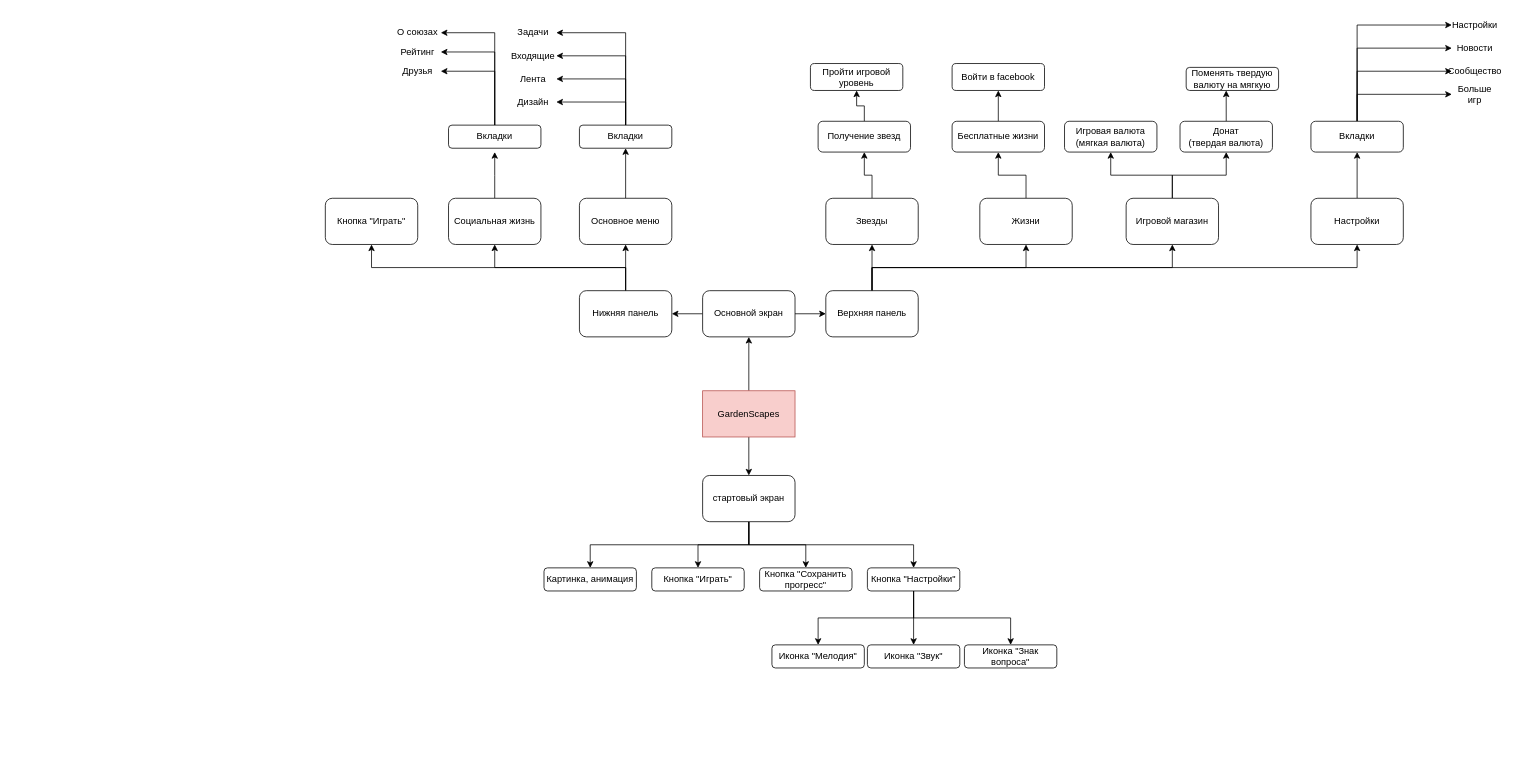
This is Hometask3/mind-map_for_Gardenscapes.drawio from NatPopstar/Otus, a draw.io file, before an edit. Source tidied: cells renumbered, new cells numbered last; positions are measured from the earlier drawing's top-left corner, leaving out a move shared by most shapes. Both pictures are drawn from the tidied source at 77%, with x=0, y=0 at pixel (325, 13).
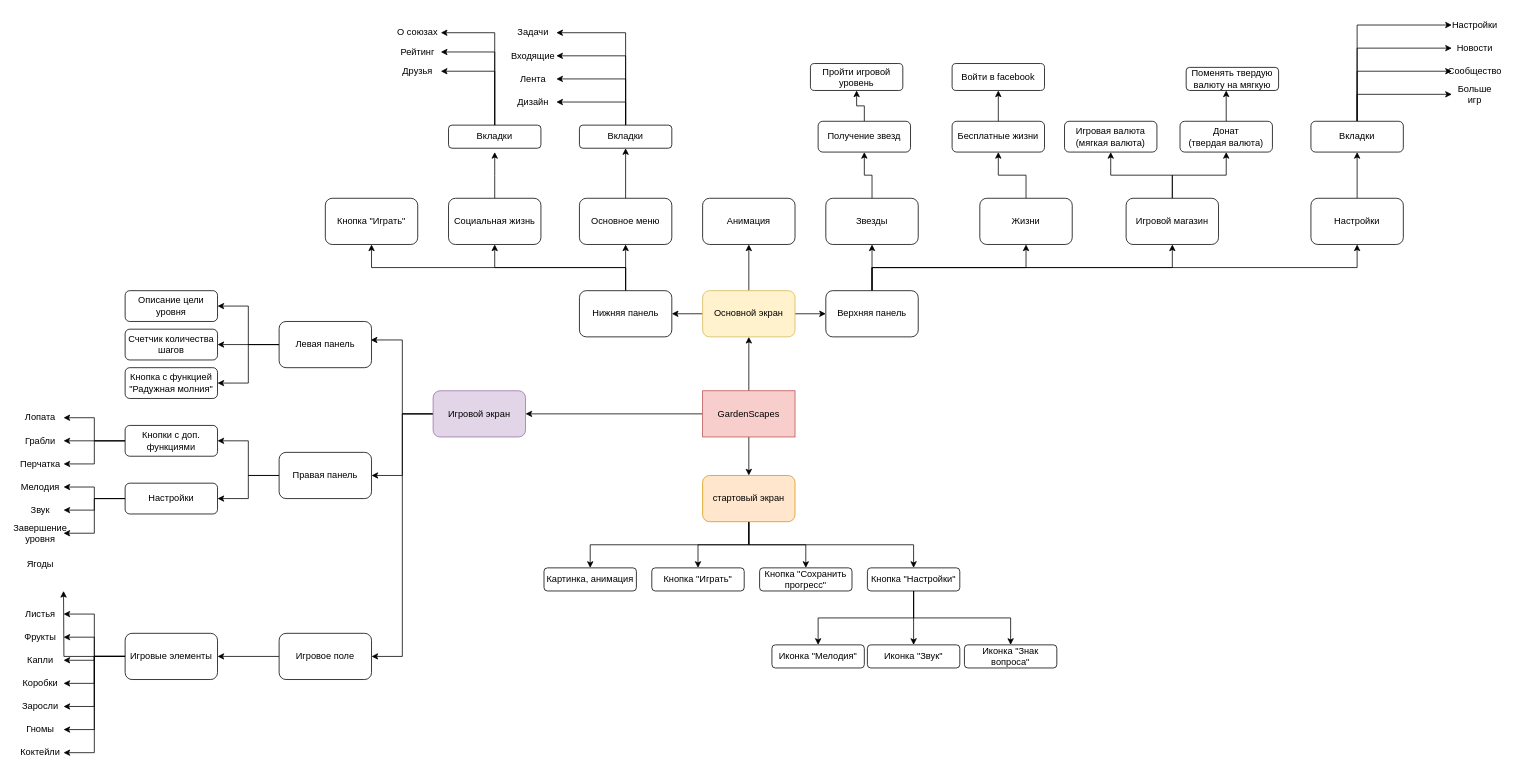
Above is the later version.

The change refers to these unchanged cells:
```xml
<mxCell id="4" value="GardenScapes" style="rounded=0;whiteSpace=wrap;html=1;fillColor=#f8cecc;strokeColor=#b85450;" parent="1" vertex="1">
  <mxGeometry x="490" y="490" width="120" height="60" as="geometry" />
</mxCell>
```

The edit, as a diff of the source:
```diff
@@
+    <mxCell id="81" style="edgeStyle=orthogonalEdgeStyle;rounded=0;jettySize=auto;html=1;exitX=0;exitY=0.5;exitDx=0;exitDy=0;entryX=1;entryY=0.5;entryDx=0;entryDy=0;" parent="1" edge="1" source="4" target="86">
+      <mxGeometry relative="1" as="geometry" />
+    </mxCell>
@@
-    <mxCell id="9" value="стартовый экран" style="rounded=1;whiteSpace=wrap;html=1;" parent="1" vertex="1">
+    <mxCell id="9" value="стартовый экран" style="rounded=1;whiteSpace=wrap;html=1;fillColor=#ffe6cc;strokeColor=#d79b00;" parent="1" vertex="1">
       <mxGeometry x="490" y="600" width="120" height="60" as="geometry" />
     </mxCell>
@@
+    <mxCell id="82" style="edgeStyle=orthogonalEdgeStyle;rounded=0;jettySize=auto;html=1;exitX=0.5;exitY=0;exitDx=0;exitDy=0;entryX=0.5;entryY=1;entryDx=0;entryDy=0;" parent="1" edge="1" source="22" target="130">
+      <mxGeometry relative="1" as="geometry" />
+    </mxCell>
-    <mxCell id="22" value="Основной экран" style="rounded=1;whiteSpace=wrap;html=1;" parent="1" vertex="1">
+    <mxCell id="22" value="Основной экран" style="rounded=1;whiteSpace=wrap;html=1;fillColor=#fff2cc;strokeColor=#d6b656;" parent="1" vertex="1">
       <mxGeometry x="490" y="360" width="120" height="60" as="geometry" />
     </mxCell>
@@
+    <mxCell id="83" style="edgeStyle=orthogonalEdgeStyle;rounded=0;jettySize=auto;html=1;exitX=0;exitY=0.5;exitDx=0;exitDy=0;entryX=0.992;entryY=0.4;entryDx=0;entryDy=0;entryPerimeter=0;" parent="1" edge="1" source="86" target="90">
+      <mxGeometry relative="1" as="geometry" />
+    </mxCell>
+    <mxCell id="84" style="edgeStyle=orthogonalEdgeStyle;rounded=0;jettySize=auto;html=1;exitX=0;exitY=0.5;exitDx=0;exitDy=0;entryX=1;entryY=0.5;entryDx=0;entryDy=0;" parent="1" edge="1" source="86" target="93">
+      <mxGeometry relative="1" as="geometry" />
+    </mxCell>
+    <mxCell id="85" style="edgeStyle=orthogonalEdgeStyle;rounded=0;jettySize=auto;html=1;exitX=0;exitY=0.5;exitDx=0;exitDy=0;entryX=1;entryY=0.5;entryDx=0;entryDy=0;" parent="1" edge="1" source="86" target="105">
+      <mxGeometry relative="1" as="geometry" />
+    </mxCell>
+    <mxCell id="86" value="Игровой экран" style="rounded=1;whiteSpace=wrap;html=1;fillColor=#e1d5e7;strokeColor=#9673a6;" parent="1" vertex="1">
+      <mxGeometry x="140" y="490" width="120" height="60" as="geometry" />
+    </mxCell>
+    <mxCell id="87" style="edgeStyle=orthogonalEdgeStyle;rounded=0;jettySize=auto;html=1;exitX=0;exitY=0.5;exitDx=0;exitDy=0;entryX=1;entryY=0.5;entryDx=0;entryDy=0;" parent="1" edge="1" source="90" target="94">
+      <mxGeometry relative="1" as="geometry" />
+    </mxCell>
+    <mxCell id="88" style="edgeStyle=orthogonalEdgeStyle;rounded=0;jettySize=auto;html=1;exitX=0;exitY=0.5;exitDx=0;exitDy=0;entryX=1;entryY=0.5;entryDx=0;entryDy=0;" parent="1" edge="1" source="90" target="95">
+      <mxGeometry relative="1" as="geometry" />
+    </mxCell>
+    <mxCell id="89" style="edgeStyle=orthogonalEdgeStyle;rounded=0;jettySize=auto;html=1;exitX=0;exitY=0.5;exitDx=0;exitDy=0;entryX=1;entryY=0.5;entryDx=0;entryDy=0;" parent="1" edge="1" source="90" target="96">
+      <mxGeometry relative="1" as="geometry" />
+    </mxCell>
+    <mxCell id="90" value="Левая панель" style="rounded=1;whiteSpace=wrap;html=1;" parent="1" vertex="1">
+      <mxGeometry x="-60" y="400" width="120" height="60" as="geometry" />
+    </mxCell>
+    <mxCell id="91" style="edgeStyle=orthogonalEdgeStyle;rounded=0;jettySize=auto;html=1;exitX=0;exitY=0.5;exitDx=0;exitDy=0;entryX=1;entryY=0.5;entryDx=0;entryDy=0;" parent="1" edge="1" source="93" target="100">
+      <mxGeometry relative="1" as="geometry" />
+    </mxCell>
+    <mxCell id="92" style="edgeStyle=orthogonalEdgeStyle;rounded=0;jettySize=auto;html=1;exitX=0;exitY=0.5;exitDx=0;exitDy=0;entryX=1;entryY=0.5;entryDx=0;entryDy=0;" parent="1" edge="1" source="93" target="126">
+      <mxGeometry relative="1" as="geometry" />
+    </mxCell>
+    <mxCell id="93" value="Правая панель" style="rounded=1;whiteSpace=wrap;html=1;" parent="1" vertex="1">
+      <mxGeometry x="-60" y="570" width="120" height="60" as="geometry" />
+    </mxCell>
+    <mxCell id="94" value="Описание цели уровня" style="rounded=1;whiteSpace=wrap;html=1;" parent="1" vertex="1">
+      <mxGeometry x="-260" y="360" width="120" height="40" as="geometry" />
+    </mxCell>
+    <mxCell id="95" value="Счетчик количества шагов" style="rounded=1;whiteSpace=wrap;html=1;" parent="1" vertex="1">
+      <mxGeometry x="-260" y="410" width="120" height="40" as="geometry" />
+    </mxCell>
+    <mxCell id="96" value="Кнопка с функцией &quot;Радужная молния&quot;" style="rounded=1;whiteSpace=wrap;html=1;" parent="1" vertex="1">
+      <mxGeometry x="-260" y="460" width="120" height="40" as="geometry" />
+    </mxCell>
+    <mxCell id="97" style="edgeStyle=orthogonalEdgeStyle;rounded=0;jettySize=auto;html=1;exitX=0;exitY=0.5;exitDx=0;exitDy=0;entryX=1;entryY=0.5;entryDx=0;entryDy=0;" parent="1" edge="1" source="100" target="101">
+      <mxGeometry relative="1" as="geometry" />
+    </mxCell>
+    <mxCell id="98" style="edgeStyle=orthogonalEdgeStyle;rounded=0;jettySize=auto;html=1;exitX=0;exitY=0.5;exitDx=0;exitDy=0;entryX=1;entryY=0.5;entryDx=0;entryDy=0;" parent="1" edge="1" source="100" target="102">
+      <mxGeometry relative="1" as="geometry" />
+    </mxCell>
+    <mxCell id="99" style="edgeStyle=orthogonalEdgeStyle;rounded=0;jettySize=auto;html=1;exitX=0;exitY=0.5;exitDx=0;exitDy=0;entryX=1;entryY=0.5;entryDx=0;entryDy=0;" parent="1" edge="1" source="100" target="103">
+      <mxGeometry relative="1" as="geometry" />
+    </mxCell>
+    <mxCell id="100" value="Кнопки с доп. функциями" style="rounded=1;whiteSpace=wrap;html=1;" parent="1" vertex="1">
+      <mxGeometry x="-260" y="535" width="120" height="40" as="geometry" />
+    </mxCell>
+    <mxCell id="101" value="Лопата" style="text;html=1;strokeColor=none;fillColor=none;align=center;verticalAlign=middle;whiteSpace=wrap;rounded=0;" parent="1" vertex="1">
+      <mxGeometry x="-400" y="510" width="60" height="30" as="geometry" />
+    </mxCell>
+    <mxCell id="102" value="Грабли" style="text;html=1;strokeColor=none;fillColor=none;align=center;verticalAlign=middle;whiteSpace=wrap;rounded=0;" parent="1" vertex="1">
+      <mxGeometry x="-400" y="540" width="60" height="30" as="geometry" />
+    </mxCell>
+    <mxCell id="103" value="Перчатка" style="text;html=1;strokeColor=none;fillColor=none;align=center;verticalAlign=middle;whiteSpace=wrap;rounded=0;" parent="1" vertex="1">
+      <mxGeometry x="-400" y="570" width="60" height="30" as="geometry" />
+    </mxCell>
+    <mxCell id="104" style="edgeStyle=orthogonalEdgeStyle;rounded=0;jettySize=auto;html=1;exitX=0;exitY=0.5;exitDx=0;exitDy=0;" parent="1" edge="1" source="105" target="114">
+      <mxGeometry relative="1" as="geometry" />
+    </mxCell>
+    <mxCell id="105" value="Игровое поле" style="rounded=1;whiteSpace=wrap;html=1;" parent="1" vertex="1">
+      <mxGeometry x="-60" y="805" width="120" height="60" as="geometry" />
+    </mxCell>
+    <mxCell id="106" style="edgeStyle=orthogonalEdgeStyle;rounded=0;jettySize=auto;html=1;exitX=0;exitY=0.5;exitDx=0;exitDy=0;entryX=1;entryY=0.5;entryDx=0;entryDy=0;" parent="1" edge="1" source="114">
+      <mxGeometry relative="1" as="geometry">
+        <mxPoint x="-340" y="750" as="targetPoint" />
+      </mxGeometry>
+    </mxCell>
+    <mxCell id="107" style="edgeStyle=orthogonalEdgeStyle;rounded=0;jettySize=auto;html=1;exitX=0;exitY=0.5;exitDx=0;exitDy=0;entryX=1;entryY=0.5;entryDx=0;entryDy=0;" parent="1" edge="1" source="114" target="116">
+      <mxGeometry relative="1" as="geometry" />
+    </mxCell>
+    <mxCell id="108" style="edgeStyle=orthogonalEdgeStyle;rounded=0;jettySize=auto;html=1;exitX=0;exitY=0.5;exitDx=0;exitDy=0;entryX=1;entryY=0.5;entryDx=0;entryDy=0;" parent="1" edge="1" source="114" target="117">
+      <mxGeometry relative="1" as="geometry" />
+    </mxCell>
+    <mxCell id="109" style="edgeStyle=orthogonalEdgeStyle;rounded=0;jettySize=auto;html=1;exitX=0;exitY=0.5;exitDx=0;exitDy=0;entryX=1;entryY=0.5;entryDx=0;entryDy=0;" parent="1" edge="1" source="114" target="118">
+      <mxGeometry relative="1" as="geometry" />
+    </mxCell>
+    <mxCell id="110" style="edgeStyle=orthogonalEdgeStyle;rounded=0;jettySize=auto;html=1;exitX=0;exitY=0.5;exitDx=0;exitDy=0;entryX=1;entryY=0.5;entryDx=0;entryDy=0;" parent="1" edge="1" source="114" target="119">
+      <mxGeometry relative="1" as="geometry" />
+    </mxCell>
+    <mxCell id="111" style="edgeStyle=orthogonalEdgeStyle;rounded=0;jettySize=auto;html=1;exitX=0;exitY=0.5;exitDx=0;exitDy=0;entryX=1;entryY=0.5;entryDx=0;entryDy=0;" parent="1" edge="1" source="114" target="120">
+      <mxGeometry relative="1" as="geometry" />
+    </mxCell>
+    <mxCell id="112" style="edgeStyle=orthogonalEdgeStyle;rounded=0;jettySize=auto;html=1;exitX=0;exitY=0.5;exitDx=0;exitDy=0;entryX=1;entryY=0.5;entryDx=0;entryDy=0;" parent="1" edge="1" source="114" target="121">
+      <mxGeometry relative="1" as="geometry" />
+    </mxCell>
+    <mxCell id="113" style="edgeStyle=orthogonalEdgeStyle;rounded=0;jettySize=auto;html=1;exitX=0;exitY=0.5;exitDx=0;exitDy=0;entryX=1;entryY=0.5;entryDx=0;entryDy=0;" parent="1" edge="1" source="114" target="122">
+      <mxGeometry relative="1" as="geometry" />
+    </mxCell>
+    <mxCell id="114" value="Игровые элементы" style="rounded=1;whiteSpace=wrap;html=1;" parent="1" vertex="1">
+      <mxGeometry x="-260" y="805" width="120" height="60" as="geometry" />
+    </mxCell>
+    <mxCell id="115" value="Ягоды" style="text;html=1;strokeColor=none;fillColor=none;align=center;verticalAlign=middle;whiteSpace=wrap;rounded=0;" parent="1" vertex="1">
+      <mxGeometry x="-400" y="700" width="60" height="30" as="geometry" />
+    </mxCell>
+    <mxCell id="116" value="Листья" style="text;html=1;strokeColor=none;fillColor=none;align=center;verticalAlign=middle;whiteSpace=wrap;rounded=0;" parent="1" vertex="1">
+      <mxGeometry x="-400" y="765" width="60" height="30" as="geometry" />
+    </mxCell>
+    <mxCell id="117" value="Фрукты" style="text;html=1;strokeColor=none;fillColor=none;align=center;verticalAlign=middle;whiteSpace=wrap;rounded=0;" parent="1" vertex="1">
+      <mxGeometry x="-400" y="795" width="60" height="30" as="geometry" />
+    </mxCell>
+    <mxCell id="118" value="Капли" style="text;html=1;strokeColor=none;fillColor=none;align=center;verticalAlign=middle;whiteSpace=wrap;rounded=0;" parent="1" vertex="1">
+      <mxGeometry x="-400" y="825" width="60" height="30" as="geometry" />
+    </mxCell>
+    <mxCell id="119" value="Коробки" style="text;html=1;strokeColor=none;fillColor=none;align=center;verticalAlign=middle;whiteSpace=wrap;rounded=0;" parent="1" vertex="1">
+      <mxGeometry x="-400" y="855" width="60" height="30" as="geometry" />
+    </mxCell>
+    <mxCell id="120" value="Заросли" style="text;html=1;strokeColor=none;fillColor=none;align=center;verticalAlign=middle;whiteSpace=wrap;rounded=0;" parent="1" vertex="1">
+      <mxGeometry x="-400" y="885" width="60" height="30" as="geometry" />
+    </mxCell>
+    <mxCell id="121" value="Гномы" style="text;html=1;strokeColor=none;fillColor=none;align=center;verticalAlign=middle;whiteSpace=wrap;rounded=0;" parent="1" vertex="1">
+      <mxGeometry x="-400" y="915" width="60" height="30" as="geometry" />
+    </mxCell>
+    <mxCell id="122" value="Коктейли" style="text;html=1;strokeColor=none;fillColor=none;align=center;verticalAlign=middle;whiteSpace=wrap;rounded=0;" parent="1" vertex="1">
+      <mxGeometry x="-400" y="945" width="60" height="30" as="geometry" />
+    </mxCell>
+    <mxCell id="123" style="edgeStyle=orthogonalEdgeStyle;rounded=0;jettySize=auto;html=1;exitX=0;exitY=0.5;exitDx=0;exitDy=0;entryX=1;entryY=0.5;entryDx=0;entryDy=0;" parent="1" edge="1" source="126" target="127">
+      <mxGeometry relative="1" as="geometry" />
+    </mxCell>
+    <mxCell id="124" style="edgeStyle=orthogonalEdgeStyle;rounded=0;jettySize=auto;html=1;exitX=0;exitY=0.5;exitDx=0;exitDy=0;entryX=1;entryY=0.5;entryDx=0;entryDy=0;" parent="1" edge="1" source="126" target="129">
+      <mxGeometry relative="1" as="geometry" />
+    </mxCell>
+    <mxCell id="125" style="edgeStyle=orthogonalEdgeStyle;rounded=0;jettySize=auto;html=1;exitX=0;exitY=0.5;exitDx=0;exitDy=0;entryX=1;entryY=0.5;entryDx=0;entryDy=0;" parent="1" edge="1" source="126" target="128">
+      <mxGeometry relative="1" as="geometry" />
+    </mxCell>
+    <mxCell id="126" value="Настройки" style="rounded=1;whiteSpace=wrap;html=1;" parent="1" vertex="1">
+      <mxGeometry x="-260" y="610" width="120" height="40" as="geometry" />
+    </mxCell>
+    <mxCell id="127" value="Мелодия" style="text;html=1;strokeColor=none;fillColor=none;align=center;verticalAlign=middle;whiteSpace=wrap;rounded=0;" parent="1" vertex="1">
+      <mxGeometry x="-400" y="600" width="60" height="30" as="geometry" />
+    </mxCell>
+    <mxCell id="128" value="Звук" style="text;html=1;strokeColor=none;fillColor=none;align=center;verticalAlign=middle;whiteSpace=wrap;rounded=0;" parent="1" vertex="1">
+      <mxGeometry x="-400" y="630" width="60" height="30" as="geometry" />
+    </mxCell>
+    <mxCell id="129" value="Завершение уровня" style="text;html=1;strokeColor=none;fillColor=none;align=center;verticalAlign=middle;whiteSpace=wrap;rounded=0;" parent="1" vertex="1">
+      <mxGeometry x="-400" y="660" width="60" height="30" as="geometry" />
+    </mxCell>
+    <mxCell id="130" value="Анимация" style="rounded=1;whiteSpace=wrap;html=1;" parent="1" vertex="1">
+      <mxGeometry x="490" y="240" width="120" height="60" as="geometry" />
+    </mxCell>
```
